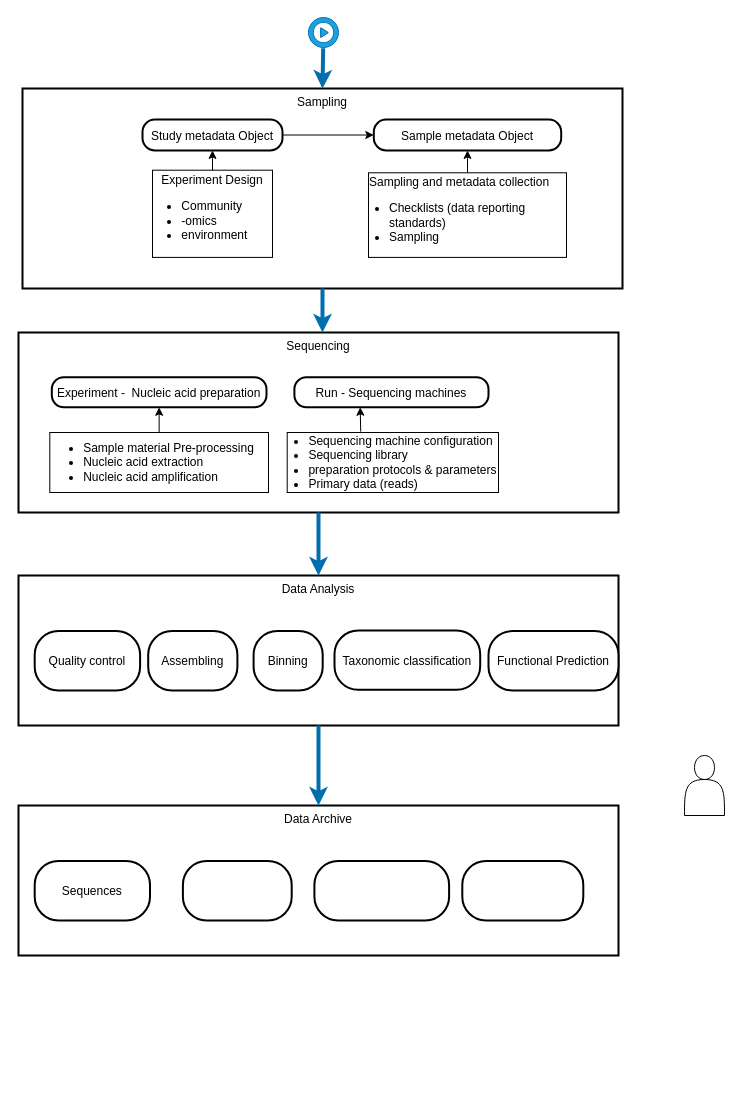
Before: metaDaLi.drawio in Arzhura/DaLi, a draw.io diagram. Source tidied: cells renumbered, new cells numbered last; positions are measured from the earlier drawing's top-left corner, leaving out a move shared by most shapes. Both pictures are drawn from the tidied source at 100%, with x=0, y=0 at pixel (18, 17).
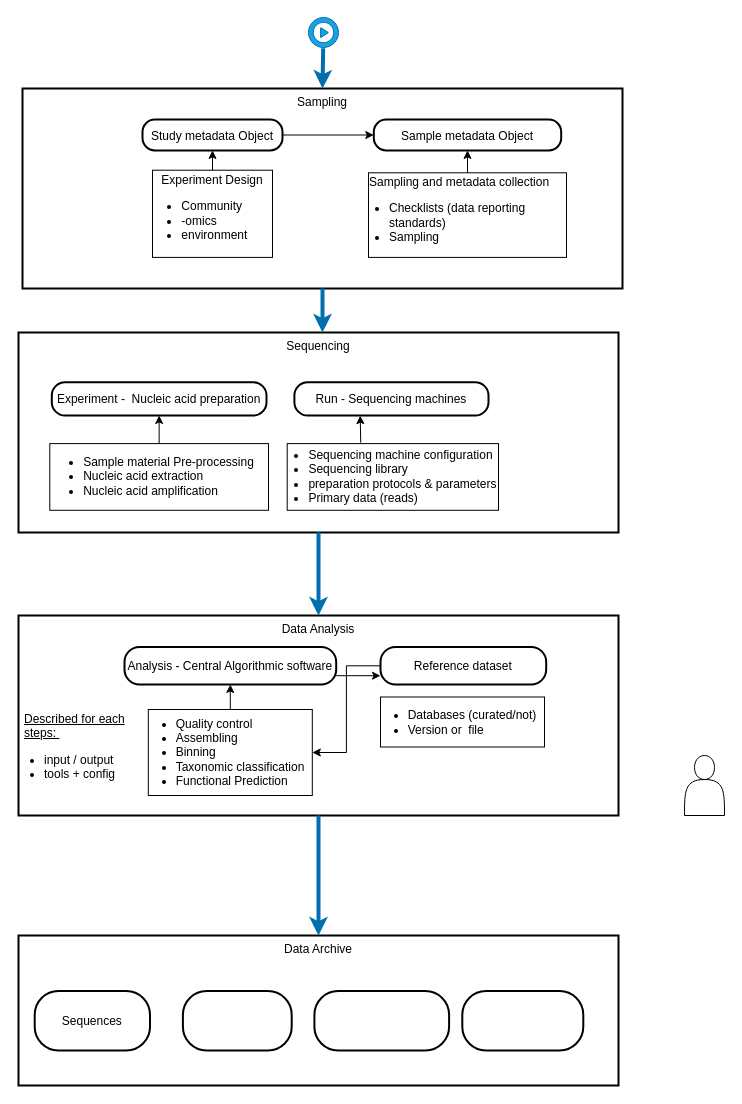
Above is the later version.

The edit, as a diff of the source:
```diff
@@
     <mxCell id="2" value="Data Analysis" style="whiteSpace=wrap;strokeWidth=2;verticalAlign=top;" parent="1" vertex="1">
-      <mxGeometry y="558" width="600" height="150" as="geometry" />
+      <mxGeometry y="598" width="600" height="200" as="geometry" />
     </mxCell>
-    <mxCell id="3" value="Binning" style="rounded=1;arcSize=40;strokeWidth=2;" parent="2" vertex="1">
-      <mxGeometry x="235.1" y="55.6" width="69.1" height="59.3" as="geometry" />
-    </mxCell>
-    <mxCell id="4" value="Assembling" style="rounded=1;arcSize=40;strokeWidth=2;" parent="2" vertex="1">
-      <mxGeometry x="129.7" y="55.6" width="89.2" height="59.3" as="geometry" />
-    </mxCell>
-    <mxCell id="5" value="Functional Prediction" style="rounded=1;arcSize=40;strokeWidth=2;" parent="2" vertex="1">
-      <mxGeometry x="470" y="55.6" width="130" height="59.3" as="geometry" />
-    </mxCell>
+    <mxCell id="37" style="edgeStyle=orthogonalEdgeStyle;rounded=0;orthogonalLoop=1;jettySize=auto;html=1;exitX=1;exitY=0.5;exitDx=0;exitDy=0;entryX=0;entryY=0.5;entryDx=0;entryDy=0;" parent="2" edge="1">
+      <mxGeometry relative="1" as="geometry">
+        <mxPoint x="317.7" y="60.2" as="sourcePoint" />
+        <mxPoint x="362" y="60.2" as="targetPoint" />
+      </mxGeometry>
+    </mxCell>
-    <mxCell id="6" value="Quality control" style="rounded=1;arcSize=40;strokeWidth=2;" parent="2" vertex="1">
-      <mxGeometry x="16.2" y="55.6" width="105.4" height="59.3" as="geometry" />
+    <mxCell id="6" value="Analysis - Central Algorithmic software" style="rounded=1;arcSize=40;strokeWidth=2;" parent="2" vertex="1">
+      <mxGeometry x="106" y="31.5" width="211.7" height="37.5" as="geometry" />
     </mxCell>
-    <mxCell id="7" value="Taxonomic classification" style="rounded=1;arcSize=40;strokeWidth=2;" parent="2" vertex="1">
-      <mxGeometry x="316" y="55" width="145.7" height="59.3" as="geometry" />
-    </mxCell>
+    <mxCell id="38" style="edgeStyle=orthogonalEdgeStyle;rounded=0;jettySize=auto;html=1;" parent="2" edge="1" source="39" target="6">
+      <mxGeometry relative="1" as="geometry" />
+    </mxCell>
+    <mxCell id="39" value="&lt;div style=&quot;&quot;&gt;&lt;ul style=&quot;padding-left: 20px;&quot;&gt;&lt;li style=&quot;text-align: left;&quot;&gt;&lt;span style=&quot;white-space: nowrap;&quot;&gt;Quality control&lt;/span&gt;&lt;br&gt;&lt;/li&gt;&lt;li style=&quot;text-align: left;&quot;&gt;&lt;span style=&quot;white-space: nowrap;&quot;&gt;Assembling&lt;br&gt;&lt;/span&gt;&lt;/li&gt;&lt;li style=&quot;text-align: left;&quot;&gt;&lt;span style=&quot;white-space: nowrap;&quot;&gt;Binning&lt;br&gt;&lt;/span&gt;&lt;/li&gt;&lt;li style=&quot;text-align: left;&quot;&gt;&lt;span style=&quot;white-space: nowrap;&quot;&gt;Taxonomic classification&lt;br&gt;&lt;/span&gt;&lt;/li&gt;&lt;li style=&quot;text-align: left;&quot;&gt;&lt;span style=&quot;white-space: nowrap;&quot;&gt;&lt;span style=&quot;text-align: center;&quot;&gt;Functional Prediction&lt;/span&gt;&lt;br&gt;&lt;/span&gt;&lt;/li&gt;&lt;/ul&gt;&lt;/div&gt;" style="rounded=0;whiteSpace=wrap;html=1;" parent="2" vertex="1">
+      <mxGeometry x="129.8" y="94" width="164" height="86" as="geometry" />
+    </mxCell>
+    <mxCell id="40" style="edgeStyle=orthogonalEdgeStyle;rounded=0;jettySize=auto;html=1;entryX=1;entryY=0.5;entryDx=0;entryDy=0;" parent="2" edge="1" source="41" target="39">
+      <mxGeometry relative="1" as="geometry" />
+    </mxCell>
+    <mxCell id="41" value="Reference dataset" style="rounded=1;arcSize=40;strokeWidth=2;" parent="2" vertex="1">
+      <mxGeometry x="362" y="31.5" width="165.7" height="37.5" as="geometry" />
+    </mxCell>
+    <mxCell id="42" value="&lt;div style=&quot;&quot;&gt;&lt;ul style=&quot;padding-left: 20px;&quot;&gt;&lt;li style=&quot;text-align: left;&quot;&gt;&lt;span style=&quot;text-wrap-mode: nowrap;&quot;&gt;Databases (curated/not)&lt;/span&gt;&lt;/li&gt;&lt;li style=&quot;text-align: left;&quot;&gt;&lt;span style=&quot;text-wrap-mode: nowrap;&quot;&gt;Version or &amp;nbsp;file&lt;/span&gt;&lt;/li&gt;&lt;/ul&gt;&lt;/div&gt;" style="rounded=0;whiteSpace=wrap;html=1;" parent="2" vertex="1">
+      <mxGeometry x="362" y="81.5" width="164" height="50" as="geometry" />
+    </mxCell>
+    <mxCell id="43" value="&lt;u&gt;Described for each steps:&amp;nbsp;&lt;/u&gt;&lt;div&gt;&lt;ul style=&quot;padding-left: 20px;&quot;&gt;&lt;li&gt;input / output&amp;nbsp;&lt;/li&gt;&lt;li&gt;tools + config&lt;/li&gt;&lt;/ul&gt;&lt;/div&gt;" style="text;html=1;align=left;verticalAlign=middle;whiteSpace=wrap;rounded=0;" parent="2" vertex="1">
+      <mxGeometry x="3.7" y="104.6" width="114" height="64.8" as="geometry" />
+    </mxCell>
     <mxCell id="8" value="Sequencing" style="whiteSpace=wrap;strokeWidth=2;verticalAlign=top;" parent="1" vertex="1">
-      <mxGeometry y="315" width="600" height="180" as="geometry" />
+      <mxGeometry y="315" width="600" height="200" as="geometry" />
     </mxCell>
     <mxCell id="9" value="Run - Sequencing machines" style="rounded=1;arcSize=40;strokeWidth=2;flipV=1;flipH=1;" parent="8" vertex="1">
-      <mxGeometry x="275.9" y="44.8" width="194.1" height="30" as="geometry" />
+      <mxGeometry x="275.9" y="49.7" width="194.1" height="33.3" as="geometry" />
     </mxCell>
     <mxCell id="10" value="Experiment -  Nucleic acid preparation" style="rounded=1;arcSize=40;strokeWidth=2;flipV=1;flipH=1;" parent="8" vertex="1">
-      <mxGeometry x="33.3" y="44.8" width="214.7" height="30" as="geometry" />
+      <mxGeometry x="33.3" y="49.7" width="214.7" height="33.3" as="geometry" />
     </mxCell>
     <mxCell id="11" value="&lt;div style=&quot;&quot;&gt;&lt;ul style=&quot;padding-left: 20px;&quot;&gt;&lt;li style=&quot;text-align: left;&quot;&gt;&lt;span style=&quot;white-space: nowrap;&quot;&gt;Sample material Pre-processing&lt;/span&gt;&lt;br&gt;&lt;/li&gt;&lt;li style=&quot;text-align: left;&quot;&gt;&lt;span style=&quot;white-space: nowrap;&quot;&gt;Nucleic acid extraction&lt;/span&gt;&lt;br&gt;&lt;/li&gt;&lt;li style=&quot;text-align: left;&quot;&gt;&lt;span style=&quot;white-space: nowrap;&quot;&gt;Nucleic acid amplification&lt;/span&gt;&lt;br&gt;&lt;/li&gt;&lt;/ul&gt;&lt;/div&gt;" style="rounded=0;whiteSpace=wrap;html=1;" parent="8" vertex="1">
-      <mxGeometry x="31.3" y="100" width="218.7" height="60" as="geometry" />
+      <mxGeometry x="31.3" y="111.1" width="218.7" height="66.7" as="geometry" />
     </mxCell>
     <mxCell id="12" value="&lt;div style=&quot;text-align: left;&quot;&gt;&lt;ul style=&quot;padding-left: 20px;&quot;&gt;&lt;li&gt;&lt;span style=&quot;white-space: nowrap;&quot;&gt;Sequencing machine configuration&lt;/span&gt;&lt;/li&gt;&lt;li&gt;&lt;span style=&quot;white-space: nowrap;&quot;&gt;Sequencing library&lt;/span&gt;&lt;/li&gt;&lt;li&gt;&lt;span style=&quot;white-space: nowrap;&quot;&gt;preparation protocols &amp;amp; parameters&lt;/span&gt;&lt;/li&gt;&lt;li&gt;&lt;span style=&quot;white-space: nowrap;&quot;&gt;Primary data (reads)&lt;/span&gt;&lt;/li&gt;&lt;/ul&gt;&lt;/div&gt;" style="rounded=0;whiteSpace=wrap;html=1;" parent="8" vertex="1">
-      <mxGeometry x="268.7" y="100" width="211.3" height="60" as="geometry" />
+      <mxGeometry x="268.7" y="111.1" width="211.3" height="66.7" as="geometry" />
     </mxCell>
@@
     <mxCell id="14" style="endArrow=classic;html=1;rounded=0;entryX=0.5;entryY=1;entryDx=0;entryDy=0;exitX=0.348;exitY=-0.014;exitDx=0;exitDy=0;exitPerimeter=0;" parent="8" edge="1" source="12">
       <mxGeometry relative="1" as="geometry">
-        <mxPoint x="341.7" y="74.8" as="targetPoint" />
+        <mxPoint x="341.7" y="83.1" as="targetPoint" />
       </mxGeometry>
     </mxCell>
@@
     <mxCell id="25" value="Data Archive" style="whiteSpace=wrap;strokeWidth=2;verticalAlign=top;" parent="1" vertex="1">
-      <mxGeometry y="788" width="600" height="150" as="geometry" />
+      <mxGeometry y="918" width="600" height="150" as="geometry" />
     </mxCell>
@@
-    <mxCell id="31" style="endArrow=classic;html=1;rounded=0;fillColor=#1ba1e2;strokeColor=#006EAF;strokeWidth=4;exitX=0.5;exitY=1;exitDx=0;exitDy=0;" parent="1" edge="1" source="8">
+    <mxCell id="31" style="endArrow=classic;html=1;rounded=0;fillColor=#1ba1e2;strokeColor=#006EAF;strokeWidth=4;exitX=0.5;exitY=1;exitDx=0;exitDy=0;entryX=0.5;entryY=0;entryDx=0;entryDy=0;" parent="1" edge="1" source="8" target="2">
       <mxGeometry relative="1" as="geometry">
-        <mxPoint x="300" y="558" as="targetPoint" />
         <Array as="points">
           <mxPoint x="300" y="528" />
         </Array>
       </mxGeometry>
     </mxCell>
```
